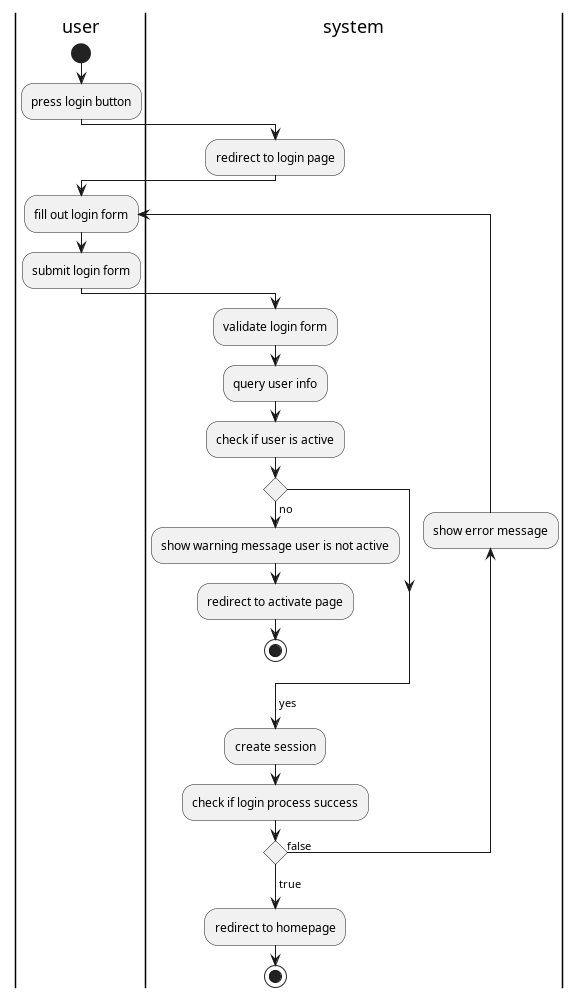
This is thesis/latex/diagram/activity diagram/3. login/login.png from aldihsuhandi/skripsi-2023, a PlantUML export, as it was before one commit. The source it was exported from:
```plantuml
@startuml login

|user|
start
:press login button;
|system|
:redirect to login page;
|user|
repeat :fill out login form;
:submit login form;
|system|
:validate login form;
:query user info;
|system|
:check if user is active;
if () then (no)
    :show warning message user is not active;
    :redirect to activate page;
    stop
endif
-> yes;
:create session;
:check if login process success;
backward:show error message;
repeat while() is (false)
-> true;
:redirect to homepage;
stop

@enduml
```
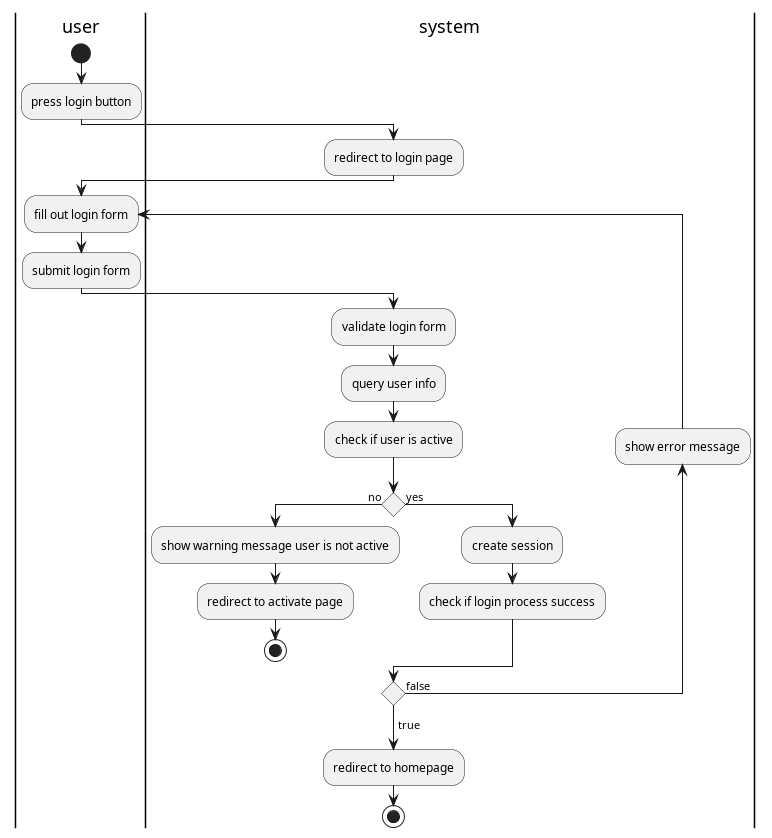
After the commit.

Change to the diagram source:
```diff
@@ -17,10 +17,10 @@
     :show warning message user is not active;
     :redirect to activate page;
     stop
+else (yes)
+    :create session;
+    :check if login process success;
 endif
--> yes;
-:create session;
-:check if login process success;
 backward:show error message;
 repeat while() is (false)
 -> true;
```
